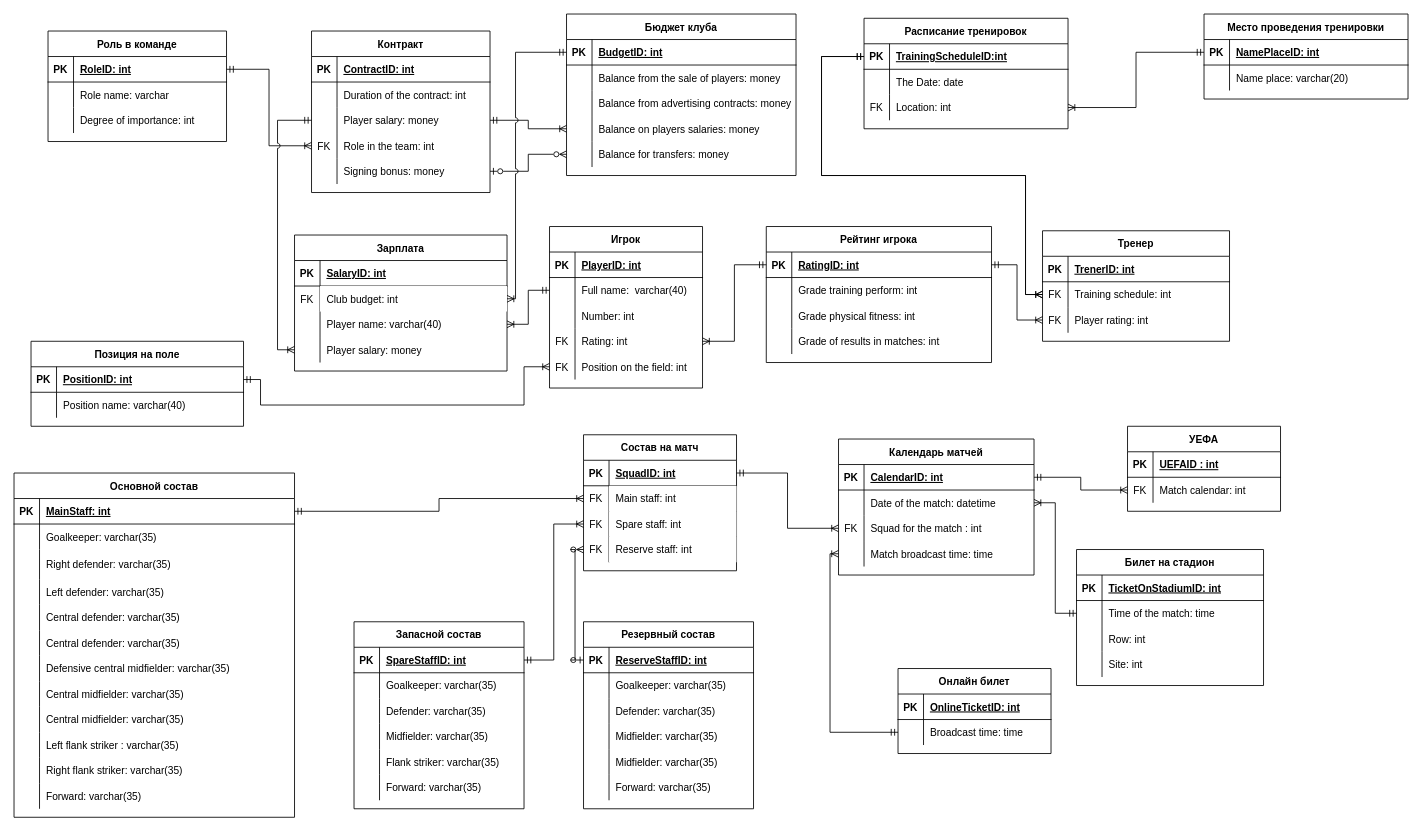
Above: page "Page-1" (1 of 2) of ER Diagramm.drawio in Alexsander996/football (draw.io), before the change. Source tidied: cells renumbered, new cells numbered last; positions are measured from the earlier drawing's top-left corner, leaving out a move shared by most shapes. Both pictures are drawn from the tidied source at 85%, with x=0, y=0 at pixel (14, 14).
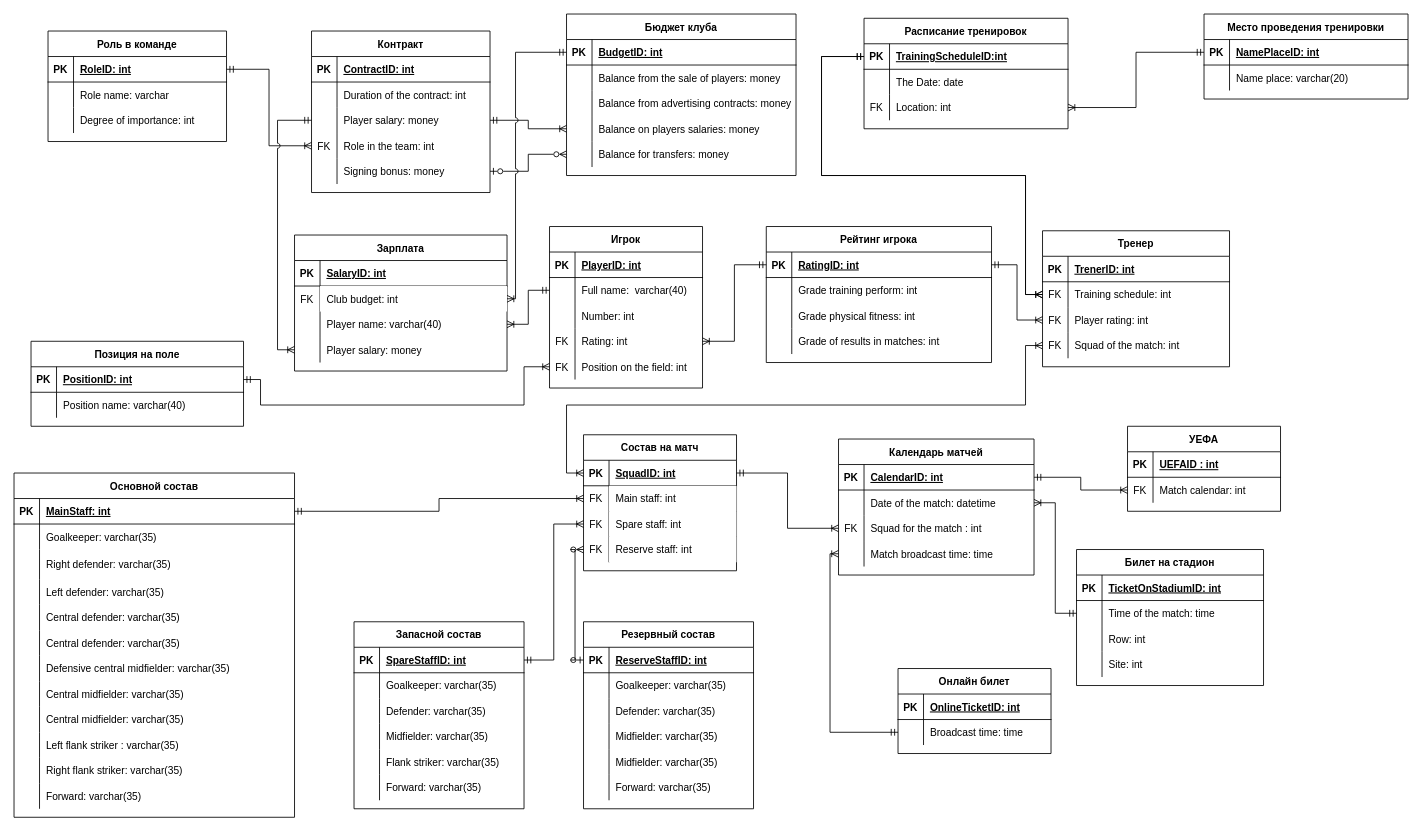
Above is the later version.

Unchanged cells that the change refers to:
```xml
<mxCell id="39" style="shape=partialRectangle;fillColor=none;top=0;left=0;bottom=1;right=0;points=[[0,0.5],[1,0.5]];portConstraint=eastwest;" parent="38" vertex="1">
  <mxGeometry y="30" width="180" height="30" as="geometry" />
</mxCell>
```

What changed in the source:
```diff
@@
     <mxCell id="148" value="Тренер" style="shape=table;startSize=30;childLayout=tableLayout;rowLines=0;fontStyle=1;align=center;" parent="1" vertex="1">
-      <mxGeometry x="1210" y="255" width="220" height="130" as="geometry" />
+      <mxGeometry x="1210" y="255" width="220" height="160" as="geometry" />
     </mxCell>
@@
+    <mxCell id="267" style="shape=partialRectangle;fillColor=none;top=0;left=0;bottom=0;right=0;points=[[0,0.5],[1,0.5]];portConstraint=eastwest;" parent="148" vertex="1">
+      <mxGeometry y="120" width="220" height="30" as="geometry" />
+    </mxCell>
+    <mxCell id="268" value="FK" style="shape=partialRectangle;fillColor=none;top=0;left=0;bottom=0;right=0;overflow=hidden;" parent="267" vertex="1">
+      <mxGeometry width="30" height="30" as="geometry" />
+    </mxCell>
+    <mxCell id="269" value="Squad of the match: int" style="shape=partialRectangle;fillColor=none;top=0;left=0;bottom=0;right=0;align=left;spacingLeft=6;overflow=hidden;" parent="267" vertex="1">
+      <mxGeometry x="30" width="190" height="30" as="geometry" />
+    </mxCell>
@@
+    <mxCell id="270" style="edgeStyle=orthogonalEdgeStyle;rounded=0;jumpStyle=arc;jettySize=auto;html=1;entryX=0;entryY=0.5;entryDx=0;entryDy=0;startArrow=ERoneToMany;startFill=0;endArrow=ERoneToMany;endFill=0;" parent="1" edge="1" source="267" target="39">
+      <mxGeometry relative="1" as="geometry">
+        <Array as="points">
+          <mxPoint x="1190" y="390" />
+          <mxPoint x="1190" y="460" />
+          <mxPoint x="650" y="460" />
+          <mxPoint x="650" y="540" />
+        </Array>
+      </mxGeometry>
+    </mxCell>
```
